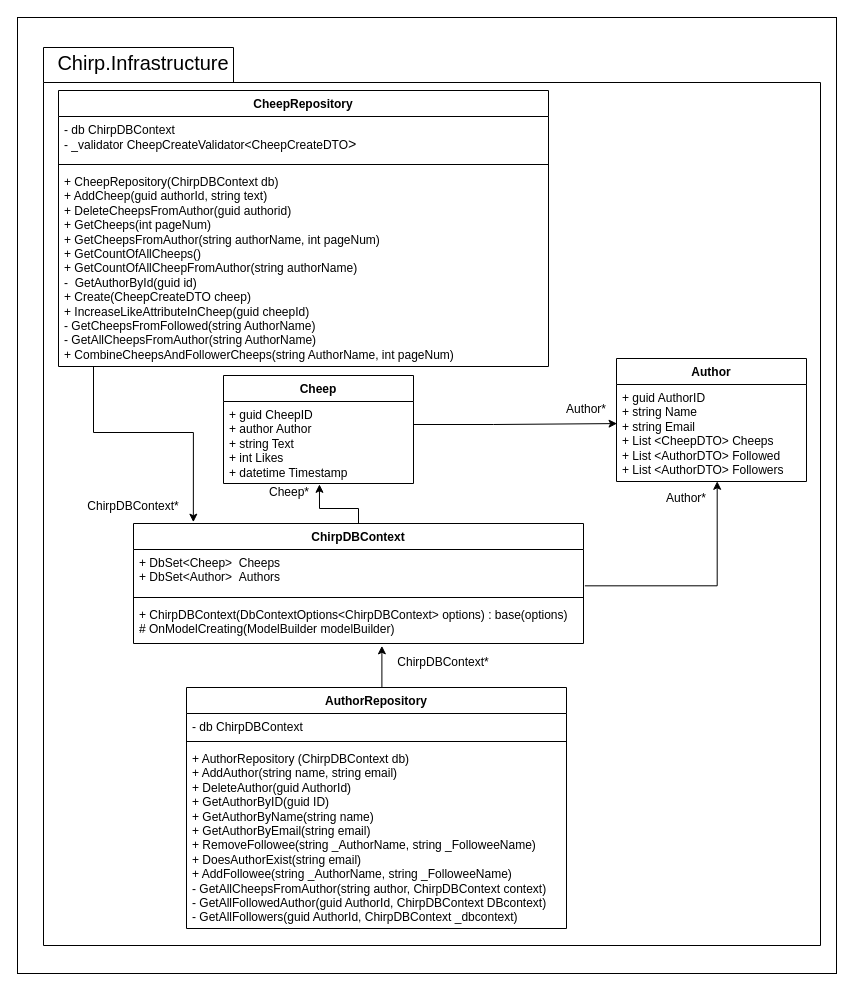
This is Docs/Images/PackagesUMLClassDiagrams/PackageInfrastructureUMLDiagram.drawio from ITU-BDSA23-GROUP4/Chirp, a draw.io file, before an edit. Source tidied: cells renumbered, new cells numbered last; positions are measured from the earlier drawing's top-left corner, leaving out a move shared by most shapes. Both pictures are drawn from the tidied source at 100%, with x=0, y=0 at pixel (17, 17).
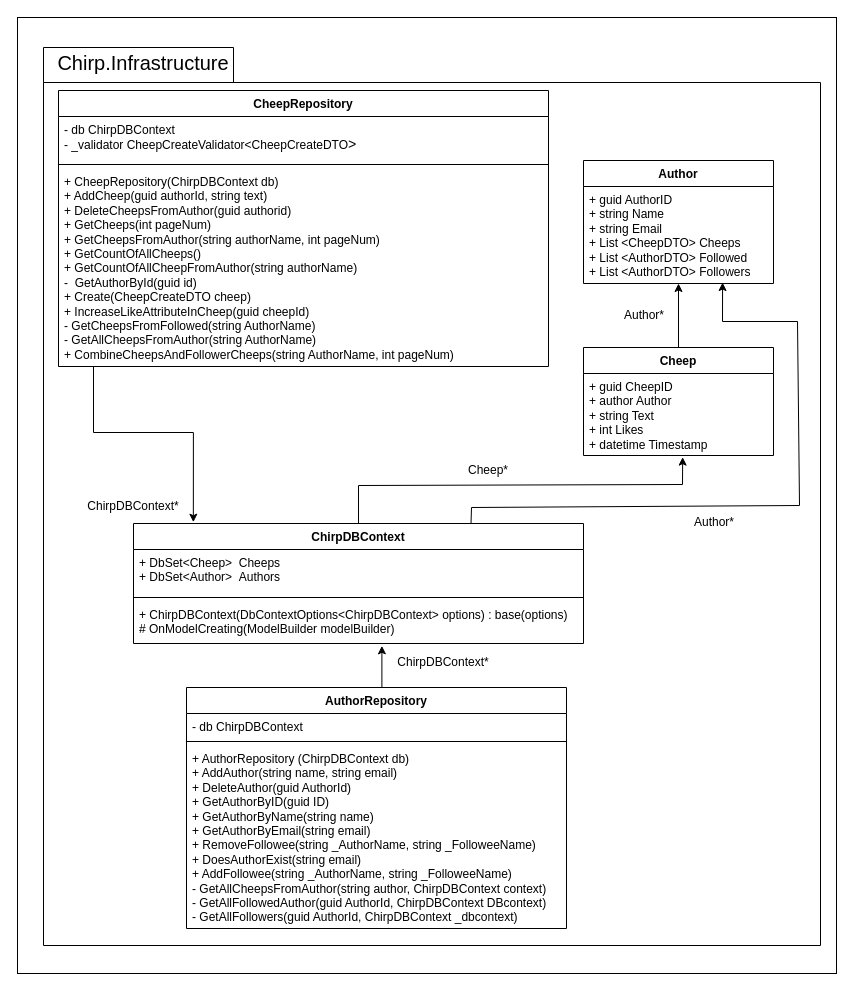
Above is the later version.

The change refers to these unchanged cells:
```xml
<mxCell id="5" value="&lt;font color=&quot;#000000&quot;&gt;+ guid AuthorID&lt;br style=&quot;border-color: var(--border-color);&quot;&gt;+ string Name&lt;br style=&quot;border-color: var(--border-color);&quot;&gt;+ string Email&lt;br style=&quot;border-color: var(--border-color);&quot;&gt;+ List &amp;lt;CheepDTO&amp;gt; Cheeps&lt;br&gt;+ List &amp;lt;AuthorDTO&amp;gt; Followed&lt;br&gt;+ List &amp;lt;AuthorDTO&amp;gt; Followers&lt;br&gt;&lt;/font&gt;" style="text;strokeColor=none;fillColor=none;align=left;verticalAlign=top;spacingLeft=4;spacingRight=4;overflow=hidden;points=[[0,0.5],[1,0.5]];portConstraint=eastwest;whiteSpace=wrap;html=1;" parent="4" vertex="1">
  <mxGeometry y="26" width="190" height="97" as="geometry" />
</mxCell>
<mxCell id="7" value="&lt;font color=&quot;#000000&quot;&gt;+ guid CheepID&lt;br&gt;+ author Author&lt;br&gt;+ string Text&lt;br&gt;+ int Likes&lt;br&gt;+ datetime Timestamp&lt;/font&gt;" style="text;strokeColor=none;fillColor=none;align=left;verticalAlign=top;spacingLeft=4;spacingRight=4;overflow=hidden;points=[[0,0.5],[1,0.5]];portConstraint=eastwest;whiteSpace=wrap;html=1;" parent="6" vertex="1">
  <mxGeometry y="26" width="190" height="82" as="geometry" />
</mxCell>
<mxCell id="17" value="&lt;font color=&quot;#000000&quot;&gt;ChirpDBContext&lt;/font&gt;" style="swimlane;fontStyle=1;align=center;verticalAlign=top;horizontal=1;startSize=26;whiteSpace=wrap;html=1;strokeColor=#000000;fillColor=none;" parent="1" vertex="1">
  <mxGeometry x="116" y="506" width="450" height="120" as="geometry" />
</mxCell>
<mxCell id="18" value="&lt;font color=&quot;#000000&quot;&gt;+&amp;nbsp;&lt;/font&gt;&lt;span style=&quot;color: rgb(0, 0, 0);&quot;&gt;DbSet&amp;lt;Cheep&amp;gt;&amp;nbsp;&amp;nbsp;&lt;/span&gt;&lt;font color=&quot;#000000&quot;&gt;Cheeps&lt;br&gt;+&amp;nbsp;&lt;/font&gt;&lt;span style=&quot;color: rgb(0, 0, 0);&quot;&gt;DbSet&amp;lt;Author&amp;gt;&amp;nbsp;&amp;nbsp;&lt;/span&gt;&lt;font color=&quot;#000000&quot;&gt;Authors&lt;/font&gt;" style="text;strokeColor=none;fillColor=none;align=left;verticalAlign=top;spacingLeft=4;spacingRight=4;overflow=hidden;points=[[0,0.5],[1,0.5]];portConstraint=eastwest;whiteSpace=wrap;html=1;" parent="17" vertex="1">
  <mxGeometry y="26" width="450" height="44" as="geometry" />
</mxCell>
```

What changed in the source:
```diff
@@
     <mxCell id="4" value="&lt;font color=&quot;#000000&quot;&gt;Author&lt;/font&gt;" style="swimlane;fontStyle=1;align=center;verticalAlign=top;horizontal=1;startSize=26;whiteSpace=wrap;html=1;fillColor=none;strokeColor=#000000;" parent="1" vertex="1">
-      <mxGeometry x="599" y="341" width="190" height="123" as="geometry" />
+      <mxGeometry x="566" y="143" width="190" height="123" as="geometry" />
     </mxCell>
@@
+    <mxCell id="31" style="edgeStyle=none;html=1;exitX=0.5;exitY=0;exitDx=0;exitDy=0;strokeColor=#000000;" parent="1" edge="1" source="6" target="5">
+      <mxGeometry relative="1" as="geometry" />
+    </mxCell>
     <mxCell id="6" value="&lt;font color=&quot;#000000&quot;&gt;Cheep&lt;/font&gt;" style="swimlane;fontStyle=1;align=center;verticalAlign=top;horizontal=1;startSize=26;whiteSpace=wrap;html=1;fillColor=none;strokeColor=#000000;" parent="1" vertex="1">
-      <mxGeometry x="206" y="358" width="190" height="108" as="geometry" />
+      <mxGeometry x="566" y="330" width="190" height="108" as="geometry" />
     </mxCell>
@@
+    <mxCell id="32" style="edgeStyle=none;html=1;exitX=0.75;exitY=0;exitDx=0;exitDy=0;entryX=0.732;entryY=0.99;entryDx=0;entryDy=0;entryPerimeter=0;strokeColor=#000000;rounded=0;" parent="1" edge="1" source="17" target="5">
+      <mxGeometry relative="1" as="geometry">
+        <Array as="points">
+          <mxPoint x="454" y="490" />
+          <mxPoint x="782" y="488" />
+          <mxPoint x="780" y="304" />
+          <mxPoint x="705" y="304" />
+        </Array>
+      </mxGeometry>
+    </mxCell>
+    <mxCell id="22" style="edgeStyle=none;rounded=0;html=1;exitX=0.5;exitY=0;exitDx=0;exitDy=0;entryX=0.522;entryY=1.02;entryDx=0;entryDy=0;entryPerimeter=0;strokeColor=#000000;" parent="1" edge="1" source="17" target="7">
+      <mxGeometry relative="1" as="geometry">
+        <Array as="points">
+          <mxPoint x="341" y="468" />
+          <mxPoint x="665" y="467" />
+        </Array>
+      </mxGeometry>
+    </mxCell>
@@
-    <mxCell id="22" style="edgeStyle=orthogonalEdgeStyle;rounded=0;jettySize=auto;html=1;entryX=0.505;entryY=1.01;entryDx=0;entryDy=0;entryPerimeter=0;strokeColor=#000000;" parent="1" edge="1" source="17" target="7">
-      <mxGeometry relative="1" as="geometry">
-        <Array as="points">
-          <mxPoint x="341" y="491" />
-          <mxPoint x="302" y="491" />
-        </Array>
-      </mxGeometry>
-    </mxCell>
-    <mxCell id="23" style="edgeStyle=orthogonalEdgeStyle;rounded=0;jettySize=auto;html=1;entryX=0.53;entryY=0.998;entryDx=0;entryDy=0;entryPerimeter=0;exitX=1.003;exitY=0.826;exitDx=0;exitDy=0;exitPerimeter=0;strokeColor=#000000;" parent="1" edge="1" source="18" target="5">
-      <mxGeometry relative="1" as="geometry">
-        <Array as="points">
-          <mxPoint x="700" y="568" />
-        </Array>
-      </mxGeometry>
-    </mxCell>
-    <mxCell id="24" style="edgeStyle=orthogonalEdgeStyle;rounded=0;jettySize=auto;html=1;strokeColor=#000000;entryX=0.003;entryY=0.403;entryDx=0;entryDy=0;entryPerimeter=0;" parent="1" edge="1" source="7" target="5">
-      <mxGeometry relative="1" as="geometry">
-        <Array as="points">
-          <mxPoint x="476" y="407" />
-          <mxPoint x="586" y="406" />
-        </Array>
-      </mxGeometry>
-    </mxCell>
@@
     <mxCell id="27" value="&lt;font color=&quot;#000000&quot;&gt;Cheep*&lt;/font&gt;" style="text;html=1;strokeColor=none;fillColor=none;align=center;verticalAlign=middle;whiteSpace=wrap;rounded=0;" parent="1" vertex="1">
-      <mxGeometry x="242" y="460" width="60" height="30" as="geometry" />
+      <mxGeometry x="441" y="438" width="60" height="30" as="geometry" />
     </mxCell>
     <mxCell id="28" value="&lt;font color=&quot;#000000&quot;&gt;Author*&lt;/font&gt;" style="text;html=1;strokeColor=none;fillColor=none;align=center;verticalAlign=middle;whiteSpace=wrap;rounded=0;" parent="1" vertex="1">
-      <mxGeometry x="639" y="466" width="60" height="30" as="geometry" />
+      <mxGeometry x="667" y="490" width="60" height="30" as="geometry" />
     </mxCell>
@@
     <mxCell id="30" value="&lt;font color=&quot;#000000&quot;&gt;Author*&lt;/font&gt;" style="text;html=1;strokeColor=none;fillColor=none;align=center;verticalAlign=middle;whiteSpace=wrap;rounded=0;" parent="1" vertex="1">
-      <mxGeometry x="539" y="377" width="60" height="30" as="geometry" />
+      <mxGeometry x="597" y="283" width="60" height="30" as="geometry" />
     </mxCell>
```
